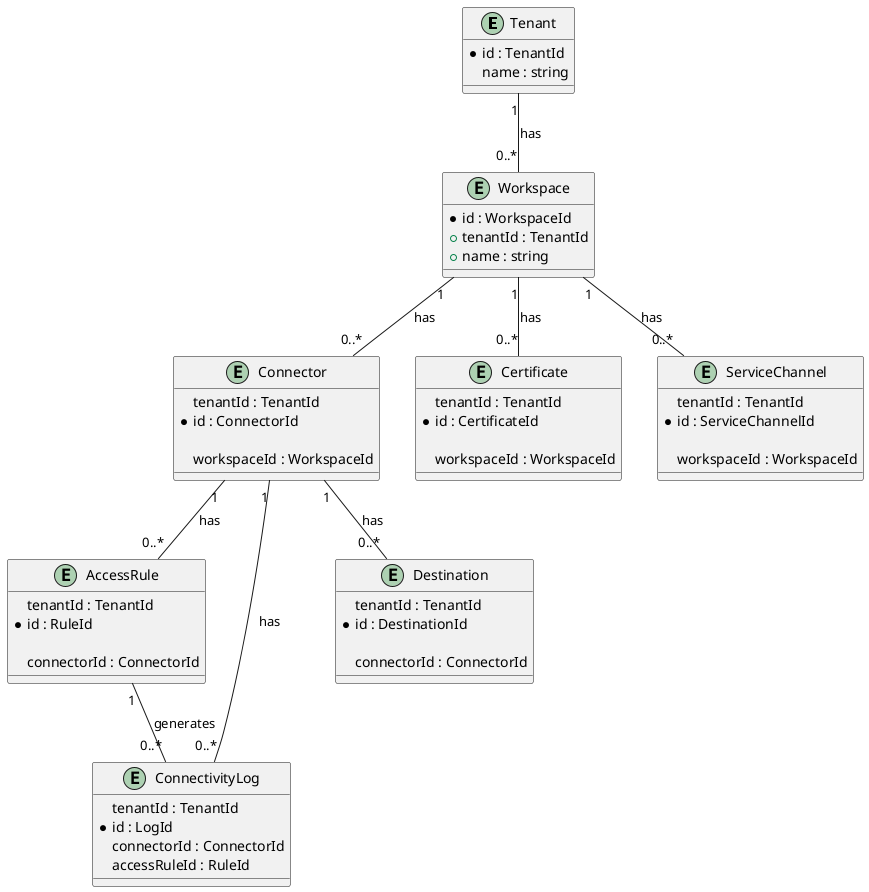
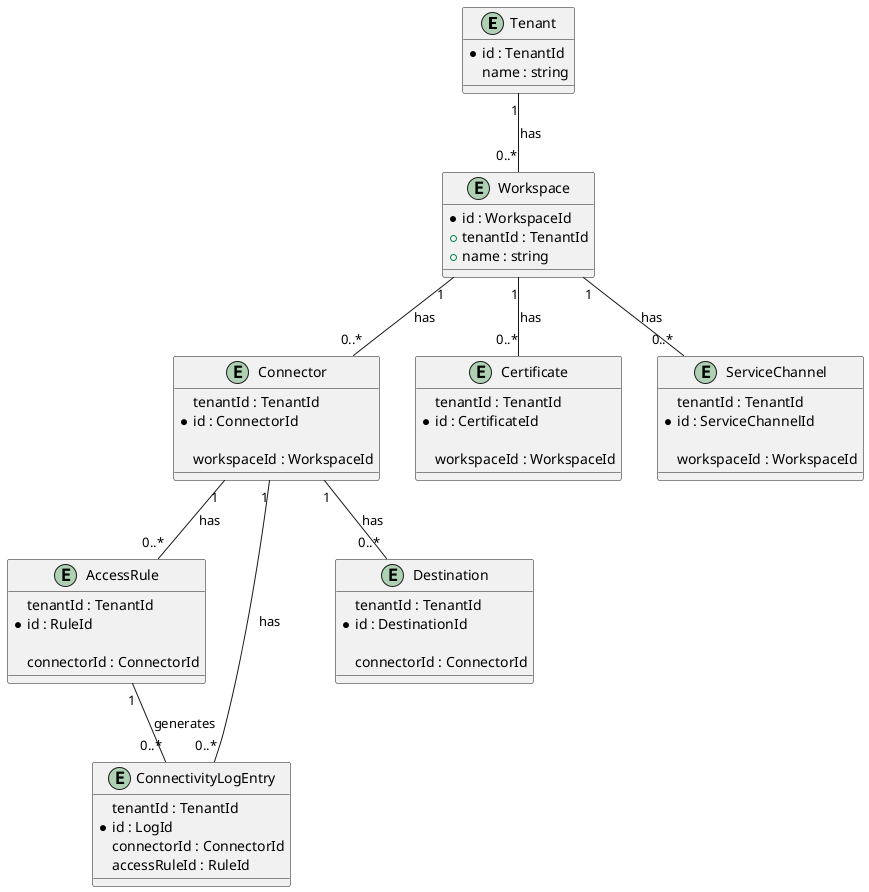
@startuml

entity Tenant {
    * id : TenantId
    name : string
}

entity AccessRule {
  tenantId : TenantId
  * id : RuleId

  connectorId : ConnectorId
}

entity Connector {
  tenantId : TenantId
  * id : ConnectorId

  workspaceId : WorkspaceId
}

entity Certificate {
  tenantId : TenantId
  * id : CertificateId

  workspaceId : WorkspaceId
}

- entity ConnectivityLog {
+ entity ConnectivityLogEntry {
  tenantId : TenantId
  * id : LogId
  connectorId : ConnectorId
  accessRuleId : RuleId
}

entity Destination {
  tenantId : TenantId
  * id : DestinationId

  connectorId : ConnectorId
}

entity ServiceChannel {
  tenantId : TenantId
  * id : ServiceChannelId

  workspaceId : WorkspaceId
}

entity Workspace {
    * id : WorkspaceId
    + tenantId : TenantId
    + name : string
}

Tenant "1" -- "0..*" Workspace : has
Connector "1" -- "0..*" AccessRule : has
- Connector "1" -- "0..*" ConnectivityLog : has
+ Connector "1" -- "0..*" ConnectivityLogEntry : has
Connector "1" -- "0..*" Destination : has
Workspace "1" -- "0..*" ServiceChannel : has
Workspace "1" -- "0..*" Connector : has
Workspace "1" -- "0..*" Certificate : has
- AccessRule "1" -- "0..*" ConnectivityLog : generates
+ AccessRule "1" -- "0..*" ConnectivityLogEntry : generates

@enduml